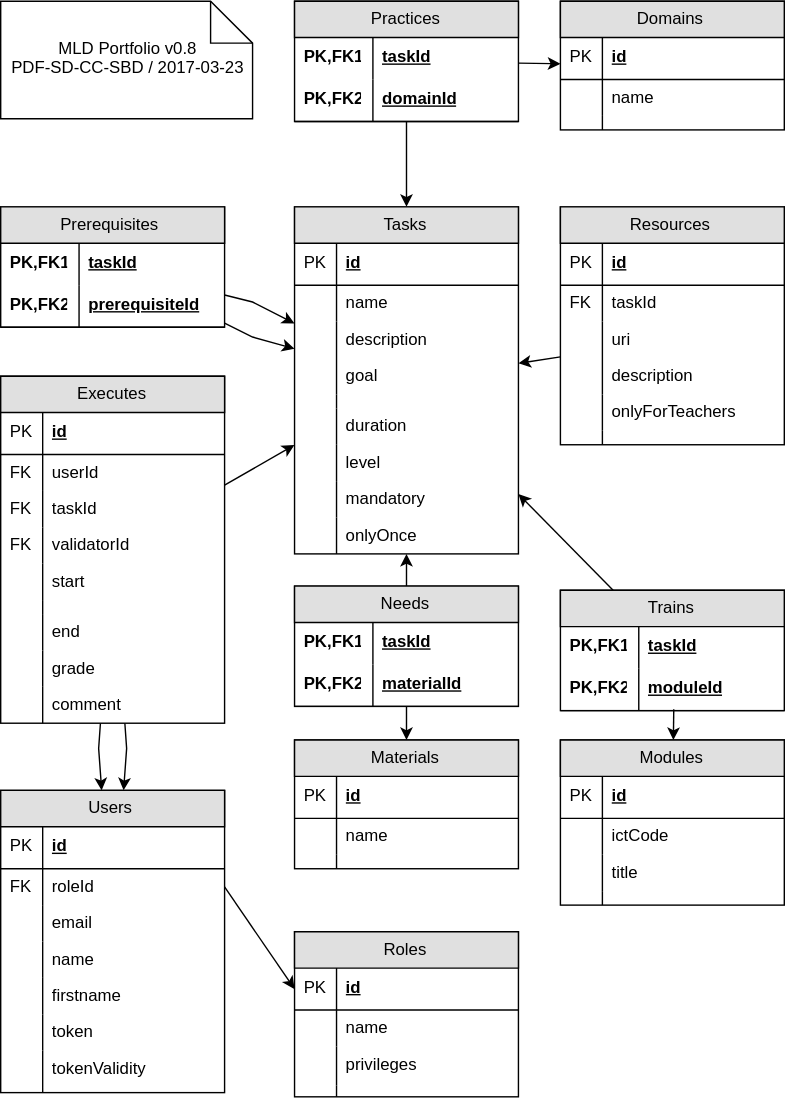
Before: doc/database/portfolio_MLD.svg, a diagram exported from draw.io (CPLN/portfolio). Source tidied: cells renumbered, new cells last; positions are measured from the earlier drawing's top-left corner, leaving out a move shared by most shapes.
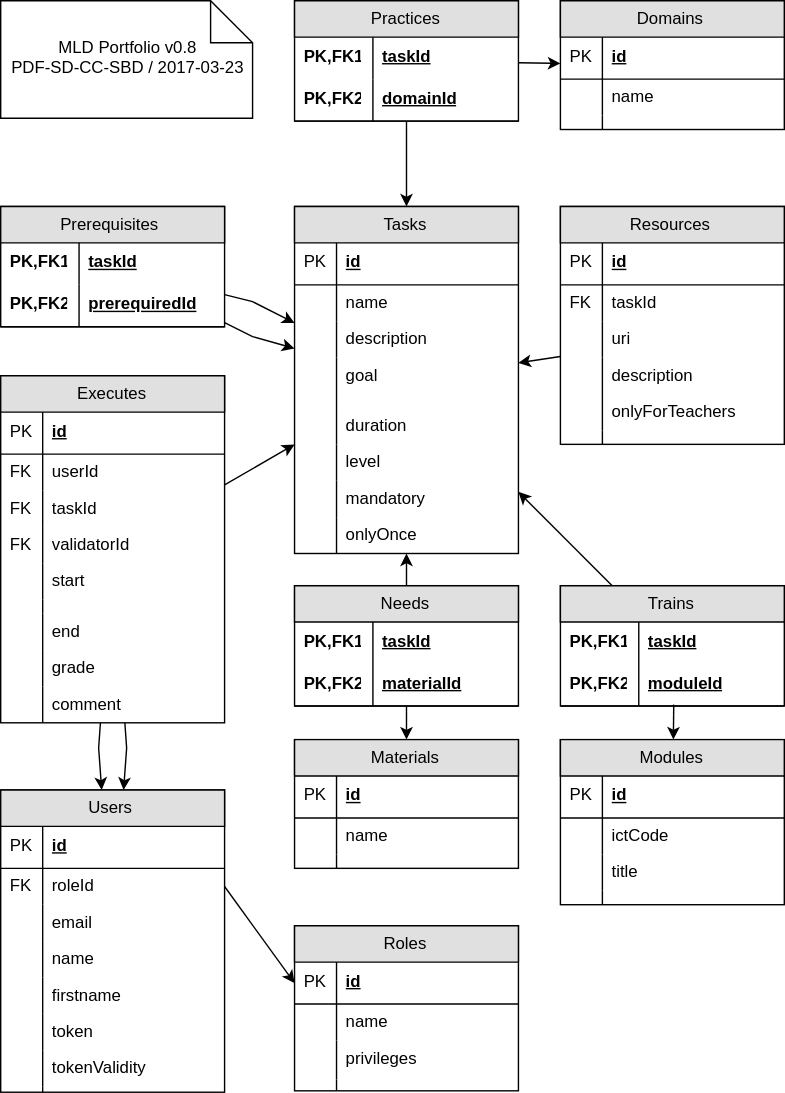
Later version of the same file.

Commit message:
Correction prerequiredId

Change to the diagram source:
```diff
@@ -174,7 +174,7 @@
       <mxGeometry relative="1" as="geometry" />
     </mxCell>
     <mxCell id="59" value="Trains" style="swimlane;html=1;fontStyle=0;horizontal=1;startSize=26;fillColor=#e0e0e0;swimlaneFillColor=#ffffff;align=center;" parent="1" vertex="1">
-      <mxGeometry x="400" y="421" width="160" height="86" as="geometry" />
+      <mxGeometry x="400" y="418" width="160" height="86" as="geometry" />
     </mxCell>
     <mxCell id="60" value="taskId" style="shape=partialRectangle;top=0;left=0;right=0;bottom=0;html=1;align=left;verticalAlign=middle;fillColor=none;spacingLeft=60;spacingRight=4;whiteSpace=wrap;overflow=hidden;fontStyle=5;" parent="59" vertex="1">
       <mxGeometry y="26" width="160" height="30" as="geometry" />
@@ -256,7 +256,7 @@
     <mxCell id="83" value="PK,FK1" style="shape=partialRectangle;fontStyle=1;top=0;left=0;bottom=0;html=1;fillColor=none;align=left;verticalAlign=middle;spacingLeft=4;spacingRight=4;whiteSpace=wrap;overflow=hidden;" parent="82" vertex="1">
       <mxGeometry width="56" height="30" as="geometry" />
     </mxCell>
-    <mxCell id="84" value="prerequisiteId" style="shape=partialRectangle;top=0;left=0;right=0;bottom=1;html=1;align=left;verticalAlign=middle;fillColor=none;spacingLeft=60;spacingRight=4;whiteSpace=wrap;overflow=hidden;fontStyle=5;" parent="81" vertex="1">
+    <mxCell id="84" value="prerequiredId" style="shape=partialRectangle;top=0;left=0;right=0;bottom=1;html=1;align=left;verticalAlign=middle;fillColor=none;spacingLeft=60;spacingRight=4;whiteSpace=wrap;overflow=hidden;fontStyle=5;" parent="81" vertex="1">
       <mxGeometry y="56" width="160" height="30" as="geometry" />
     </mxCell>
     <mxCell id="85" value="PK,FK2" style="shape=partialRectangle;fontStyle=1;top=0;left=0;bottom=0;html=1;fillColor=none;align=left;verticalAlign=middle;spacingLeft=4;spacingRight=4;whiteSpace=wrap;overflow=hidden;" parent="84" vertex="1">
@@ -391,7 +391,7 @@
       <mxGeometry width="180" height="84" as="geometry" />
     </mxCell>
     <mxCell id="126" value="Roles" style="swimlane;html=1;fontStyle=0;horizontal=1;startSize=26;fillColor=#e0e0e0;swimlaneFillColor=#ffffff;align=center;" parent="1" vertex="1">
-      <mxGeometry x="210" y="665" width="160" height="118" as="geometry" />
+      <mxGeometry x="210" y="661" width="160" height="118" as="geometry" />
     </mxCell>
     <mxCell id="127" value="id" style="shape=partialRectangle;top=0;left=0;right=0;bottom=1;html=1;align=left;verticalAlign=middle;fillColor=none;spacingLeft=34;spacingRight=4;whiteSpace=wrap;overflow=hidden;points=[[0,0.5],[1,0.5]];portConstraint=eastwest;fontStyle=5;" parent="126" vertex="1">
       <mxGeometry y="26" width="160" height="30" as="geometry" />
```
